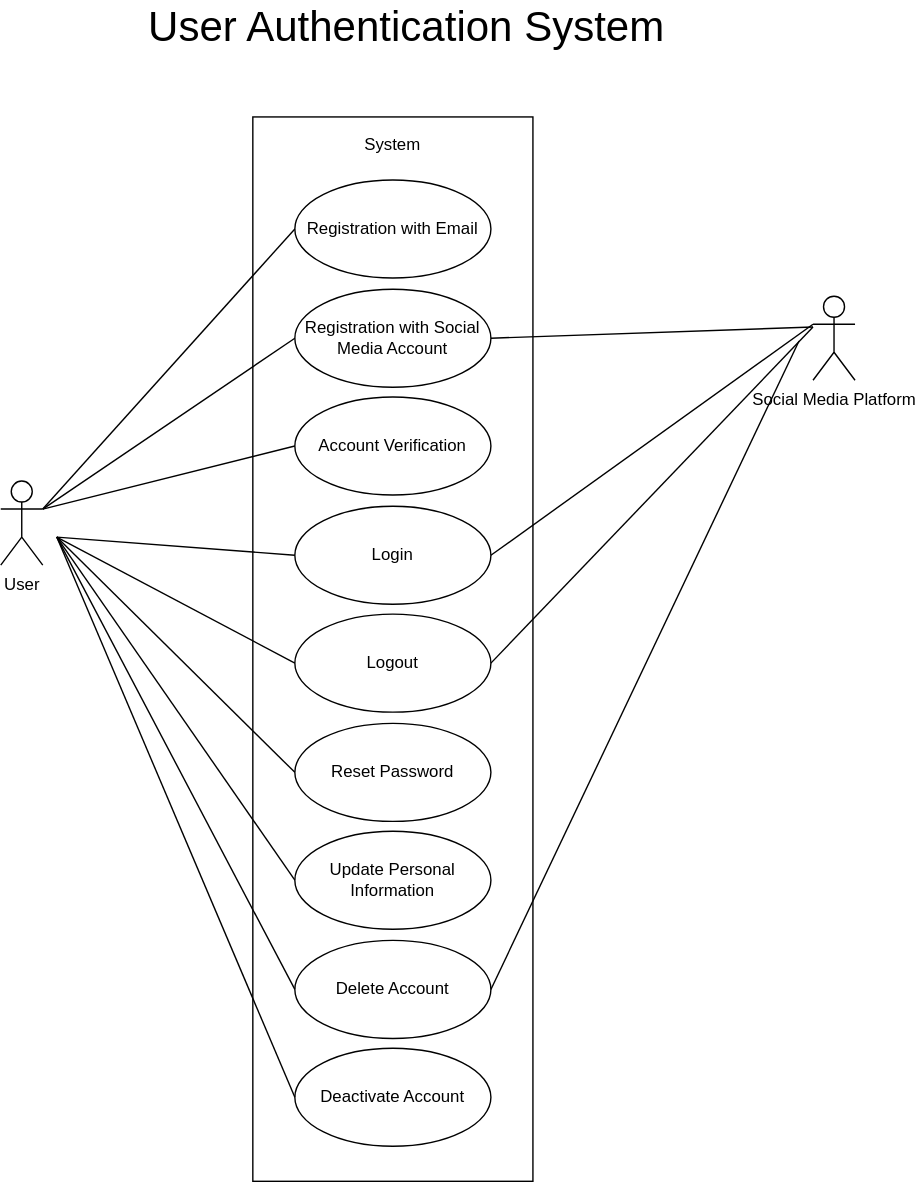
Earlier version of the draw.io export design_assets/use_case_user_authentication_system.svg (HussainIslam/agora_ecom). Source tidied: cells renumbered, new cells last; positions are measured from the earlier drawing's top-left corner, leaving out a move shared by most shapes. Its diagram source:
```xml
<mxGraphModel background="#ffffff">
  <root>
    <mxCell id="0" />
    <mxCell id="1" parent="0" />
    <mxCell id="2" style="rounded=0;whiteSpace=wrap;html=1;" parent="1" vertex="1">
      <mxGeometry x="180" y="80" width="200" height="760" as="geometry" />
    </mxCell>
    <mxCell id="3" value="User" style="shape=umlActor;verticalLabelPosition=bottom;verticalAlign=top;html=1;" parent="1" vertex="1">
      <mxGeometry y="340" width="30" height="60" as="geometry" />
    </mxCell>
    <mxCell id="4" value="Registration with Email" style="ellipse;whiteSpace=wrap;html=1;" parent="1" vertex="1">
      <mxGeometry x="210" y="125" width="140" height="70" as="geometry" />
    </mxCell>
    <mxCell id="5" value="Registration with Social Media Account" style="ellipse;whiteSpace=wrap;html=1;" parent="1" vertex="1">
      <mxGeometry x="210" y="203" width="140" height="70" as="geometry" />
    </mxCell>
    <mxCell id="6" value="Login" style="ellipse;whiteSpace=wrap;html=1;" parent="1" vertex="1">
      <mxGeometry x="210" y="358" width="140" height="70" as="geometry" />
    </mxCell>
    <mxCell id="7" value="Logout" style="ellipse;whiteSpace=wrap;html=1;" parent="1" vertex="1">
      <mxGeometry x="210" y="435" width="140" height="70" as="geometry" />
    </mxCell>
    <mxCell id="8" value="Reset Password" style="ellipse;whiteSpace=wrap;html=1;" parent="1" vertex="1">
      <mxGeometry x="210" y="513" width="140" height="70" as="geometry" />
    </mxCell>
    <mxCell id="9" value="Account Verification" style="ellipse;whiteSpace=wrap;html=1;" parent="1" vertex="1">
      <mxGeometry x="210" y="280" width="140" height="70" as="geometry" />
    </mxCell>
    <mxCell id="10" value="Update Personal Information" style="ellipse;whiteSpace=wrap;html=1;" parent="1" vertex="1">
      <mxGeometry x="210" y="590" width="140" height="70" as="geometry" />
    </mxCell>
    <mxCell id="11" value="Delete Account" style="ellipse;whiteSpace=wrap;html=1;" parent="1" vertex="1">
      <mxGeometry x="210" y="668" width="140" height="70" as="geometry" />
    </mxCell>
    <mxCell id="12" value="Deactivate Account" style="ellipse;whiteSpace=wrap;html=1;" parent="1" vertex="1">
      <mxGeometry x="210" y="745" width="140" height="70" as="geometry" />
    </mxCell>
    <mxCell id="13" value="Social Media Platform" style="shape=umlActor;verticalLabelPosition=bottom;verticalAlign=top;html=1;" parent="1" vertex="1">
      <mxGeometry x="580" y="208" width="30" height="60" as="geometry" />
    </mxCell>
    <mxCell id="14" value="System" style="text;html=1;strokeColor=none;fillColor=none;align=center;verticalAlign=middle;whiteSpace=wrap;rounded=0;" parent="1" vertex="1">
      <mxGeometry x="260" y="90" width="40" height="20" as="geometry" />
    </mxCell>
    <mxCell id="15" value="User Authentication System" style="text;html=1;strokeColor=none;fillColor=none;align=center;verticalAlign=middle;whiteSpace=wrap;rounded=0;fontSize=30;" parent="1" vertex="1">
      <mxGeometry width="580" height="30" as="geometry" />
    </mxCell>
    <mxCell id="16" style="endArrow=none;html=1;strokeColor=#000000;fontSize=30;entryX=0;entryY=0.5;entryDx=0;entryDy=0;exitX=1;exitY=0.3333333333333333;exitDx=0;exitDy=0;exitPerimeter=0;" parent="1" edge="1" source="3" target="4">
      <mxGeometry relative="1" as="geometry" />
    </mxCell>
    <mxCell id="17" style="endArrow=none;html=1;strokeColor=#000000;fontSize=30;entryX=0;entryY=0.5;entryDx=0;entryDy=0;exitX=1;exitY=0.3333333333333333;exitDx=0;exitDy=0;exitPerimeter=0;" parent="1" edge="1" source="3" target="5">
      <mxGeometry relative="1" as="geometry" />
    </mxCell>
    <mxCell id="18" style="endArrow=none;html=1;strokeColor=#000000;fontSize=30;entryX=0;entryY=0.5;entryDx=0;entryDy=0;" parent="1" edge="1" target="9">
      <mxGeometry relative="1" as="geometry">
        <mxPoint x="30" y="360" as="sourcePoint" />
      </mxGeometry>
    </mxCell>
    <mxCell id="19" style="endArrow=none;html=1;strokeColor=#000000;fontSize=30;entryX=0;entryY=0.5;entryDx=0;entryDy=0;" parent="1" edge="1" target="6">
      <mxGeometry relative="1" as="geometry">
        <mxPoint x="40" y="380" as="sourcePoint" />
      </mxGeometry>
    </mxCell>
    <mxCell id="20" style="endArrow=none;html=1;strokeColor=#000000;fontSize=30;entryX=0;entryY=0.5;entryDx=0;entryDy=0;" parent="1" edge="1" target="7">
      <mxGeometry relative="1" as="geometry">
        <mxPoint x="40" y="380" as="sourcePoint" />
      </mxGeometry>
    </mxCell>
    <mxCell id="21" style="endArrow=none;html=1;strokeColor=#000000;fontSize=30;entryX=0;entryY=0.5;entryDx=0;entryDy=0;" parent="1" edge="1" target="8">
      <mxGeometry relative="1" as="geometry">
        <mxPoint x="40" y="380" as="sourcePoint" />
      </mxGeometry>
    </mxCell>
    <mxCell id="22" style="endArrow=none;html=1;strokeColor=#000000;fontSize=30;entryX=0;entryY=0.5;entryDx=0;entryDy=0;" parent="1" edge="1" target="10">
      <mxGeometry relative="1" as="geometry">
        <mxPoint x="40" y="380" as="sourcePoint" />
      </mxGeometry>
    </mxCell>
    <mxCell id="23" style="endArrow=none;html=1;strokeColor=#000000;fontSize=30;entryX=0;entryY=0.5;entryDx=0;entryDy=0;" parent="1" edge="1" target="11">
      <mxGeometry relative="1" as="geometry">
        <mxPoint x="40" y="380" as="sourcePoint" />
      </mxGeometry>
    </mxCell>
    <mxCell id="24" style="endArrow=none;html=1;strokeColor=#000000;fontSize=30;entryX=0;entryY=0.5;entryDx=0;entryDy=0;" parent="1" edge="1" target="12">
      <mxGeometry relative="1" as="geometry">
        <mxPoint x="40" y="380" as="sourcePoint" />
      </mxGeometry>
    </mxCell>
    <mxCell id="25" style="endArrow=none;html=1;strokeColor=#000000;fontSize=30;entryX=0;entryY=0.3333333333333333;entryDx=0;entryDy=0;entryPerimeter=0;exitX=1;exitY=0.5;exitDx=0;exitDy=0;" parent="1" edge="1" source="6" target="13">
      <mxGeometry relative="1" as="geometry" />
    </mxCell>
    <mxCell id="26" style="endArrow=none;html=1;strokeColor=#000000;fontSize=30;entryX=1;entryY=0.5;entryDx=0;entryDy=0;" parent="1" edge="1" target="5">
      <mxGeometry relative="1" as="geometry">
        <mxPoint x="580" y="230" as="sourcePoint" />
      </mxGeometry>
    </mxCell>
    <mxCell id="27" style="endArrow=none;html=1;strokeColor=#000000;fontSize=30;entryX=1;entryY=0.5;entryDx=0;entryDy=0;" parent="1" edge="1" target="7">
      <mxGeometry relative="1" as="geometry">
        <mxPoint x="580" y="230" as="sourcePoint" />
      </mxGeometry>
    </mxCell>
    <mxCell id="28" style="endArrow=none;html=1;strokeColor=#000000;fontSize=30;exitX=1;exitY=0.5;exitDx=0;exitDy=0;" parent="1" edge="1" source="11">
      <mxGeometry relative="1" as="geometry">
        <mxPoint x="570" y="240" as="targetPoint" />
      </mxGeometry>
    </mxCell>
  </root>
</mxGraphModel>
```
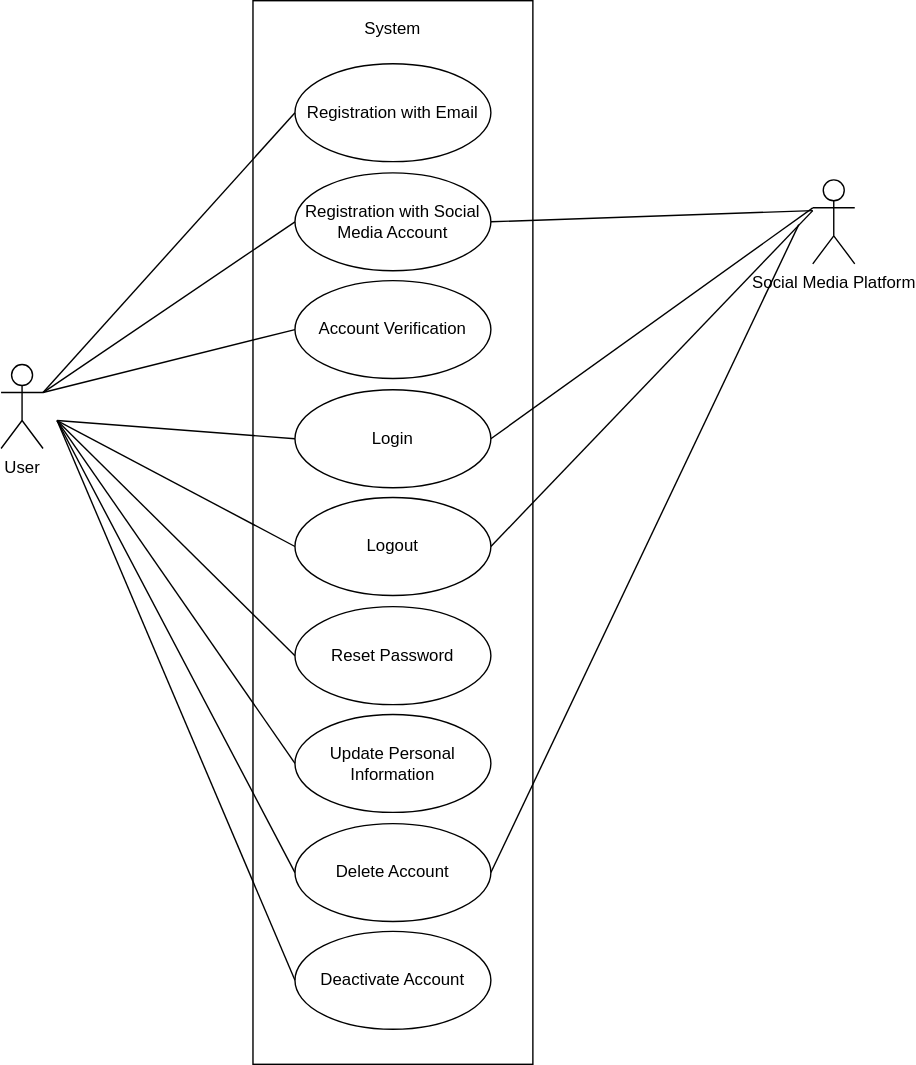
The same file after the commit.

Change to the diagram source:
```diff
@@ -41,9 +41,6 @@
     <mxCell id="14" value="System" style="text;html=1;strokeColor=none;fillColor=none;align=center;verticalAlign=middle;whiteSpace=wrap;rounded=0;" parent="1" vertex="1">
       <mxGeometry x="260" y="90" width="40" height="20" as="geometry" />
     </mxCell>
-    <mxCell id="15" value="User Authentication System" style="text;html=1;strokeColor=none;fillColor=none;align=center;verticalAlign=middle;whiteSpace=wrap;rounded=0;fontSize=30;" parent="1" vertex="1">
-      <mxGeometry width="580" height="30" as="geometry" />
-    </mxCell>
     <mxCell id="16" style="endArrow=none;html=1;strokeColor=#000000;fontSize=30;entryX=0;entryY=0.5;entryDx=0;entryDy=0;exitX=1;exitY=0.3333333333333333;exitDx=0;exitDy=0;exitPerimeter=0;" parent="1" edge="1" source="3" target="4">
       <mxGeometry relative="1" as="geometry" />
     </mxCell>
```
